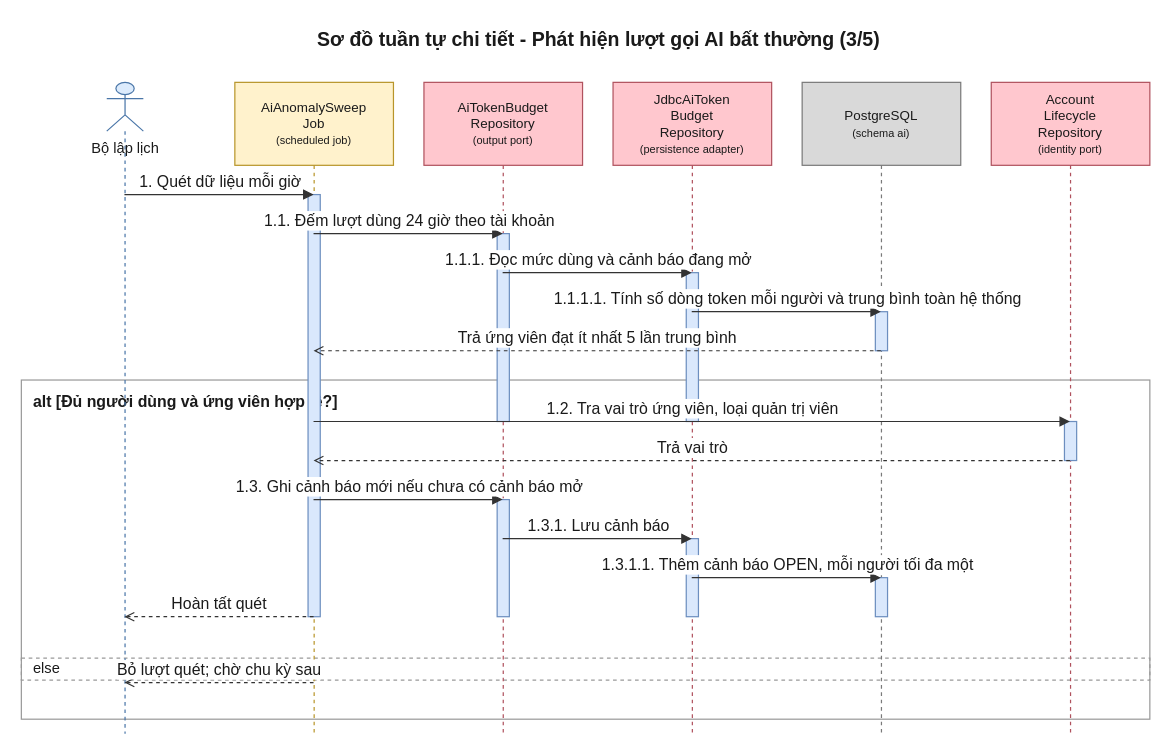
The draw.io diagram 08-diagram/sequence/admin/sequence_admin_dat_ngan_sach_token_p2.drawio in daiphu1801/PRJ_ALGOPREP, before the edit. Source tidied: cells renumbered, new cells numbered last; positions are measured from the earlier drawing's top-left corner, leaving out a move shared by most shapes. Both pictures are drawn from the tidied source at 122%, with x=0, y=0 at pixel (21, 21).
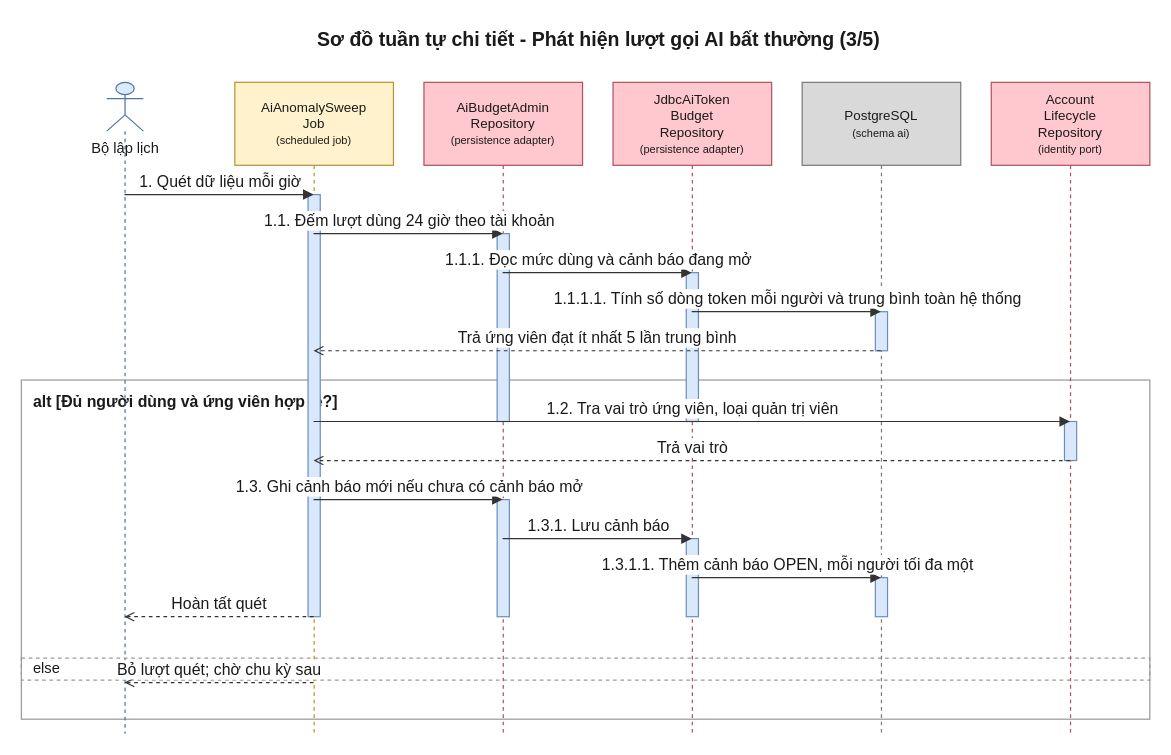
After the change.

Diff of the diagram source:
```diff
@@
-    <mxCell id="7" value="AiTokenBudget&lt;br&gt;Repository&lt;br&gt;&lt;font style=&quot;font-size:9px&quot;&gt;(output port)&lt;/font&gt;" style="shape=umlLifeline;perimeter=lifelinePerimeter;whiteSpace=wrap;html=1;outlineConnect=0;size=68;fontSize=11;fillColor=#FFC7CE;strokeColor=#B0525E;fontColor=#1A1A1A;" parent="1" vertex="1">
+    <mxCell id="7" value="AiBudgetAdmin&lt;br&gt;Repository&lt;br&gt;&lt;font style=&quot;font-size:9px&quot;&gt;(persistence adapter)&lt;/font&gt;" style="shape=umlLifeline;perimeter=lifelinePerimeter;whiteSpace=wrap;html=1;outlineConnect=0;size=68;fontSize=11;fillColor=#FFC7CE;strokeColor=#B0525E;fontColor=#1A1A1A;" parent="1" vertex="1">
       <mxGeometry x="330" y="50" width="130" height="534" as="geometry" />
     </mxCell>
```
